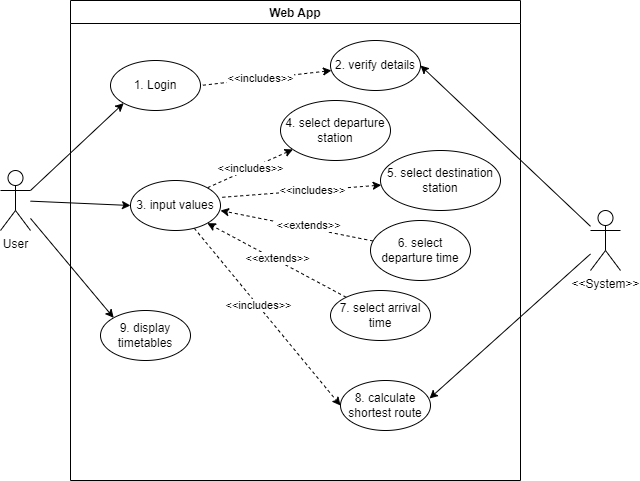
Before: Stage 2/useCase.png, a diagram exported from draw.io (terrenceshang/CS-Capestone-Project). Source tidied: cells renumbered, new cells last; positions are measured from the earlier drawing's top-left corner, leaving out a move shared by most shapes. Source of this version:
```xml
<mxGraphModel>
  <root>
    <mxCell id="0" />
    <mxCell id="1" parent="0" />
    <mxCell id="2" value="Web App" style="swimlane;fillColor=#FFFFFF;startSize=23;" parent="1" vertex="1">
      <mxGeometry x="70" width="450" height="480" as="geometry" />
    </mxCell>
    <mxCell id="3" value="1. Login" style="ellipse;whiteSpace=wrap;html=1;fillColor=#FFFFFF;" parent="2" vertex="1">
      <mxGeometry x="40" y="60" width="90" height="50" as="geometry" />
    </mxCell>
    <mxCell id="4" style="rounded=0;jettySize=auto;html=1;entryX=0;entryY=0.5;entryDx=0;entryDy=0;dashed=1;" parent="2" edge="1" source="6" target="23">
      <mxGeometry relative="1" as="geometry" />
    </mxCell>
    <mxCell id="5" value="&amp;lt;&amp;lt;includes&amp;gt;&amp;gt;" style="edgeLabel;html=1;align=center;verticalAlign=middle;" parent="4" vertex="1">
      <mxGeometry x="-0.13" relative="1" as="geometry" />
    </mxCell>
    <mxCell id="6" value="3. input values" style="ellipse;whiteSpace=wrap;html=1;fillColor=#FFFFFF;" parent="2" vertex="1">
      <mxGeometry x="60" y="180" width="90" height="50" as="geometry" />
    </mxCell>
    <mxCell id="7" style="rounded=0;jettySize=auto;html=1;entryX=1;entryY=0;entryDx=0;entryDy=0;dashed=1;startArrow=classic;startFill=1;endArrow=none;endFill=0;" parent="2" edge="1" source="9" target="6">
      <mxGeometry relative="1" as="geometry" />
    </mxCell>
    <mxCell id="8" value="&amp;lt;&amp;lt;includes&amp;gt;&amp;gt;" style="edgeLabel;html=1;align=center;verticalAlign=middle;" parent="7" vertex="1">
      <mxGeometry x="-0.16" y="-1" relative="1" as="geometry">
        <mxPoint x="-7" y="3" as="offset" />
      </mxGeometry>
    </mxCell>
    <mxCell id="9" value="4. select departure station" style="ellipse;whiteSpace=wrap;html=1;fillColor=#FFFFFF;" parent="2" vertex="1">
      <mxGeometry x="210" y="100" width="110" height="60" as="geometry" />
    </mxCell>
    <mxCell id="10" style="edgeStyle=none;rounded=0;jettySize=auto;html=1;entryX=0.989;entryY=0.34;entryDx=0;entryDy=0;dashed=1;startArrow=classic;startFill=1;endArrow=none;endFill=0;entryPerimeter=0;" parent="2" edge="1" source="12" target="6">
      <mxGeometry relative="1" as="geometry" />
    </mxCell>
    <mxCell id="11" value="&amp;lt;&amp;lt;includes&amp;gt;&amp;gt;" style="edgeLabel;html=1;align=center;verticalAlign=middle;" parent="10" vertex="1">
      <mxGeometry x="-0.15" relative="1" as="geometry" />
    </mxCell>
    <mxCell id="12" value="5. select destination station" style="ellipse;whiteSpace=wrap;html=1;fillColor=#FFFFFF;" parent="2" vertex="1">
      <mxGeometry x="310" y="150" width="120" height="60" as="geometry" />
    </mxCell>
    <mxCell id="13" style="edgeStyle=none;rounded=0;jettySize=auto;html=1;entryX=1;entryY=1;entryDx=0;entryDy=0;dashed=1;endArrow=classic;endFill=1;startArrow=none;startFill=0;" parent="2" edge="1" source="15" target="6">
      <mxGeometry relative="1" as="geometry" />
    </mxCell>
    <mxCell id="14" value="&amp;lt;&amp;lt;extends&amp;gt;&amp;gt;" style="edgeLabel;html=1;align=center;verticalAlign=middle;" parent="13" vertex="1">
      <mxGeometry x="0.16" y="2" relative="1" as="geometry">
        <mxPoint x="12" y="2" as="offset" />
      </mxGeometry>
    </mxCell>
    <mxCell id="15" value="7. select arrival time" style="ellipse;whiteSpace=wrap;html=1;fillColor=#FFFFFF;" parent="2" vertex="1">
      <mxGeometry x="260" y="290" width="100" height="50" as="geometry" />
    </mxCell>
    <mxCell id="16" value="9. display timetables" style="ellipse;whiteSpace=wrap;html=1;fillColor=#FFFFFF;" parent="2" vertex="1">
      <mxGeometry x="30" y="310" width="90" height="50" as="geometry" />
    </mxCell>
    <mxCell id="17" style="edgeStyle=none;rounded=0;jettySize=auto;html=1;entryX=1;entryY=0.5;entryDx=0;entryDy=0;startArrow=classic;startFill=1;endArrow=none;endFill=0;dashed=1;" parent="2" edge="1" source="19" target="3">
      <mxGeometry relative="1" as="geometry" />
    </mxCell>
    <mxCell id="18" value="&amp;lt;&amp;lt;includes&amp;gt;&amp;gt;" style="edgeLabel;html=1;align=center;verticalAlign=middle;" parent="17" vertex="1">
      <mxGeometry x="0.2" y="2" relative="1" as="geometry">
        <mxPoint x="7" y="-3" as="offset" />
      </mxGeometry>
    </mxCell>
    <mxCell id="19" value="2. verify details" style="ellipse;whiteSpace=wrap;html=1;fillColor=#FFFFFF;" parent="2" vertex="1">
      <mxGeometry x="260" y="40" width="90" height="50" as="geometry" />
    </mxCell>
    <mxCell id="20" style="rounded=0;jettySize=auto;html=1;startArrow=none;startFill=0;endArrow=classic;endFill=1;dashed=1;" parent="2" edge="1" source="22">
      <mxGeometry relative="1" as="geometry">
        <mxPoint x="150" y="210" as="targetPoint" />
      </mxGeometry>
    </mxCell>
    <mxCell id="21" value="&amp;lt;&amp;lt;extends&amp;gt;&amp;gt;" style="edgeLabel;html=1;align=center;verticalAlign=middle;" parent="20" vertex="1">
      <mxGeometry x="-0.14" y="1" relative="1" as="geometry">
        <mxPoint x="1" y="-4" as="offset" />
      </mxGeometry>
    </mxCell>
    <mxCell id="22" value="6. select departure time" style="ellipse;whiteSpace=wrap;html=1;fillColor=#FFFFFF;" parent="2" vertex="1">
      <mxGeometry x="300" y="220" width="100" height="60" as="geometry" />
    </mxCell>
    <mxCell id="23" value="8. calculate shortest route" style="ellipse;whiteSpace=wrap;html=1;fillColor=#FFFFFF;" parent="2" vertex="1">
      <mxGeometry x="270" y="380" width="90" height="50" as="geometry" />
    </mxCell>
    <mxCell id="24" style="rounded=0;jettySize=auto;html=1;entryX=0;entryY=1;entryDx=0;entryDy=0;exitX=1;exitY=0.3333333333333333;exitDx=0;exitDy=0;exitPerimeter=0;" parent="1" edge="1" source="27" target="3">
      <mxGeometry relative="1" as="geometry" />
    </mxCell>
    <mxCell id="25" style="rounded=0;jettySize=auto;html=1;entryX=0;entryY=0.5;entryDx=0;entryDy=0;" parent="1" edge="1" source="27" target="6">
      <mxGeometry relative="1" as="geometry" />
    </mxCell>
    <mxCell id="26" style="edgeStyle=none;rounded=0;jettySize=auto;html=1;entryX=0;entryY=0;entryDx=0;entryDy=0;" parent="1" edge="1" source="27" target="16">
      <mxGeometry relative="1" as="geometry" />
    </mxCell>
    <mxCell id="27" value="User" style="shape=umlActor;verticalLabelPosition=bottom;verticalAlign=top;html=1;outlineConnect=0;fillColor=#FFFFFF;" parent="1" vertex="1">
      <mxGeometry y="170" width="30" height="60" as="geometry" />
    </mxCell>
    <mxCell id="28" style="edgeStyle=none;rounded=0;jettySize=auto;html=1;entryX=0.989;entryY=0.36;entryDx=0;entryDy=0;entryPerimeter=0;startArrow=none;startFill=0;endArrow=classic;endFill=1;" parent="1" edge="1" source="30" target="23">
      <mxGeometry relative="1" as="geometry" />
    </mxCell>
    <mxCell id="29" style="edgeStyle=none;rounded=0;jettySize=auto;html=1;entryX=1;entryY=0.5;entryDx=0;entryDy=0;startArrow=none;startFill=0;endArrow=classic;endFill=1;" parent="1" edge="1" source="30" target="19">
      <mxGeometry relative="1" as="geometry" />
    </mxCell>
    <mxCell id="30" value="&amp;lt;&amp;lt;System&amp;gt;&amp;gt;" style="shape=umlActor;verticalLabelPosition=bottom;verticalAlign=top;html=1;outlineConnect=0;fillColor=#FFFFFF;" parent="1" vertex="1">
      <mxGeometry x="590" y="210" width="30" height="60" as="geometry" />
    </mxCell>
  </root>
</mxGraphModel>
```
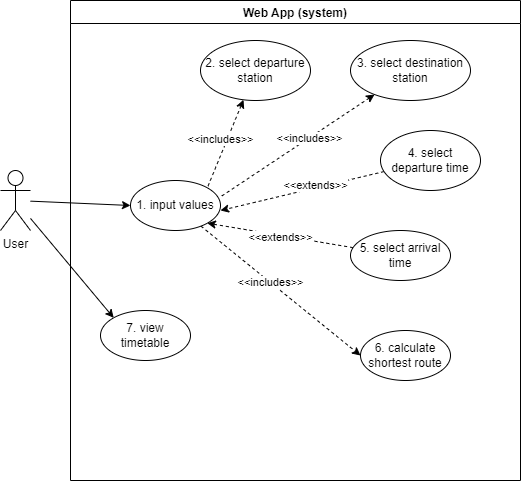
Later version of the same file.

Commit message:
use cases and class diagram

Diff of the diagram source:
```diff
@@ -2,19 +2,16 @@
   <root>
     <mxCell id="0" />
     <mxCell id="1" parent="0" />
-    <mxCell id="2" value="Web App" style="swimlane;fillColor=#FFFFFF;startSize=23;" parent="1" vertex="1">
+    <mxCell id="2" value="Web App (system)" style="swimlane;fillColor=#FFFFFF;startSize=23;" parent="1" vertex="1">
       <mxGeometry x="70" width="450" height="480" as="geometry" />
     </mxCell>
-    <mxCell id="3" value="1. Login" style="ellipse;whiteSpace=wrap;html=1;fillColor=#FFFFFF;" parent="2" vertex="1">
-      <mxGeometry x="40" y="60" width="90" height="50" as="geometry" />
-    </mxCell>
     <mxCell id="4" style="rounded=0;jettySize=auto;html=1;entryX=0;entryY=0.5;entryDx=0;entryDy=0;dashed=1;" parent="2" edge="1" source="6" target="23">
       <mxGeometry relative="1" as="geometry" />
     </mxCell>
     <mxCell id="5" value="&amp;lt;&amp;lt;includes&amp;gt;&amp;gt;" style="edgeLabel;html=1;align=center;verticalAlign=middle;" parent="4" vertex="1">
       <mxGeometry x="-0.13" relative="1" as="geometry" />
     </mxCell>
-    <mxCell id="6" value="3. input values" style="ellipse;whiteSpace=wrap;html=1;fillColor=#FFFFFF;" parent="2" vertex="1">
+    <mxCell id="6" value="1. input values" style="ellipse;whiteSpace=wrap;html=1;fillColor=#FFFFFF;" parent="2" vertex="1">
       <mxGeometry x="60" y="180" width="90" height="50" as="geometry" />
     </mxCell>
     <mxCell id="7" style="rounded=0;jettySize=auto;html=1;entryX=1;entryY=0;entryDx=0;entryDy=0;dashed=1;startArrow=classic;startFill=1;endArrow=none;endFill=0;" parent="2" edge="1" source="9" target="6">
@@ -25,8 +22,8 @@
         <mxPoint x="-7" y="3" as="offset" />
       </mxGeometry>
     </mxCell>
-    <mxCell id="9" value="4. select departure station" style="ellipse;whiteSpace=wrap;html=1;fillColor=#FFFFFF;" parent="2" vertex="1">
-      <mxGeometry x="210" y="100" width="110" height="60" as="geometry" />
+    <mxCell id="9" value="2. select departure station" style="ellipse;whiteSpace=wrap;html=1;fillColor=#FFFFFF;" parent="2" vertex="1">
+      <mxGeometry x="130" y="40" width="110" height="60" as="geometry" />
     </mxCell>
     <mxCell id="10" style="edgeStyle=none;rounded=0;jettySize=auto;html=1;entryX=0.989;entryY=0.34;entryDx=0;entryDy=0;dashed=1;startArrow=classic;startFill=1;endArrow=none;endFill=0;entryPerimeter=0;" parent="2" edge="1" source="12" target="6">
       <mxGeometry relative="1" as="geometry" />
@@ -34,8 +31,8 @@
     <mxCell id="11" value="&amp;lt;&amp;lt;includes&amp;gt;&amp;gt;" style="edgeLabel;html=1;align=center;verticalAlign=middle;" parent="10" vertex="1">
       <mxGeometry x="-0.15" relative="1" as="geometry" />
     </mxCell>
-    <mxCell id="12" value="5. select destination station" style="ellipse;whiteSpace=wrap;html=1;fillColor=#FFFFFF;" parent="2" vertex="1">
-      <mxGeometry x="310" y="150" width="120" height="60" as="geometry" />
+    <mxCell id="12" value="3. select destination station" style="ellipse;whiteSpace=wrap;html=1;fillColor=#FFFFFF;" parent="2" vertex="1">
+      <mxGeometry x="280" y="40" width="120" height="60" as="geometry" />
     </mxCell>
     <mxCell id="13" style="edgeStyle=none;rounded=0;jettySize=auto;html=1;entryX=1;entryY=1;entryDx=0;entryDy=0;dashed=1;endArrow=classic;endFill=1;startArrow=none;startFill=0;" parent="2" edge="1" source="15" target="6">
       <mxGeometry relative="1" as="geometry" />
@@ -45,23 +42,12 @@
         <mxPoint x="12" y="2" as="offset" />
       </mxGeometry>
     </mxCell>
-    <mxCell id="15" value="7. select arrival time" style="ellipse;whiteSpace=wrap;html=1;fillColor=#FFFFFF;" parent="2" vertex="1">
-      <mxGeometry x="260" y="290" width="100" height="50" as="geometry" />
+    <mxCell id="15" value="5. select arrival time" style="ellipse;whiteSpace=wrap;html=1;fillColor=#FFFFFF;" parent="2" vertex="1">
+      <mxGeometry x="280" y="230" width="100" height="50" as="geometry" />
     </mxCell>
-    <mxCell id="16" value="9. display timetables" style="ellipse;whiteSpace=wrap;html=1;fillColor=#FFFFFF;" parent="2" vertex="1">
+    <mxCell id="16" value="7. view timetable" style="ellipse;whiteSpace=wrap;html=1;fillColor=#FFFFFF;" parent="2" vertex="1">
       <mxGeometry x="30" y="310" width="90" height="50" as="geometry" />
     </mxCell>
-    <mxCell id="17" style="edgeStyle=none;rounded=0;jettySize=auto;html=1;entryX=1;entryY=0.5;entryDx=0;entryDy=0;startArrow=classic;startFill=1;endArrow=none;endFill=0;dashed=1;" parent="2" edge="1" source="19" target="3">
-      <mxGeometry relative="1" as="geometry" />
-    </mxCell>
-    <mxCell id="18" value="&amp;lt;&amp;lt;includes&amp;gt;&amp;gt;" style="edgeLabel;html=1;align=center;verticalAlign=middle;" parent="17" vertex="1">
-      <mxGeometry x="0.2" y="2" relative="1" as="geometry">
-        <mxPoint x="7" y="-3" as="offset" />
-      </mxGeometry>
-    </mxCell>
-    <mxCell id="19" value="2. verify details" style="ellipse;whiteSpace=wrap;html=1;fillColor=#FFFFFF;" parent="2" vertex="1">
-      <mxGeometry x="260" y="40" width="90" height="50" as="geometry" />
-    </mxCell>
     <mxCell id="20" style="rounded=0;jettySize=auto;html=1;startArrow=none;startFill=0;endArrow=classic;endFill=1;dashed=1;" parent="2" edge="1" source="22">
       <mxGeometry relative="1" as="geometry">
         <mxPoint x="150" y="210" as="targetPoint" />
@@ -72,15 +58,12 @@
         <mxPoint x="1" y="-4" as="offset" />
       </mxGeometry>
     </mxCell>
-    <mxCell id="22" value="6. select departure time" style="ellipse;whiteSpace=wrap;html=1;fillColor=#FFFFFF;" parent="2" vertex="1">
-      <mxGeometry x="300" y="220" width="100" height="60" as="geometry" />
+    <mxCell id="22" value="4. select departure time" style="ellipse;whiteSpace=wrap;html=1;fillColor=#FFFFFF;" parent="2" vertex="1">
+      <mxGeometry x="310" y="130" width="100" height="60" as="geometry" />
     </mxCell>
-    <mxCell id="23" value="8. calculate shortest route" style="ellipse;whiteSpace=wrap;html=1;fillColor=#FFFFFF;" parent="2" vertex="1">
-      <mxGeometry x="270" y="380" width="90" height="50" as="geometry" />
+    <mxCell id="23" value="6. calculate shortest route" style="ellipse;whiteSpace=wrap;html=1;fillColor=#FFFFFF;" parent="2" vertex="1">
+      <mxGeometry x="290" y="330" width="90" height="50" as="geometry" />
     </mxCell>
-    <mxCell id="24" style="rounded=0;jettySize=auto;html=1;entryX=0;entryY=1;entryDx=0;entryDy=0;exitX=1;exitY=0.3333333333333333;exitDx=0;exitDy=0;exitPerimeter=0;" parent="1" edge="1" source="27" target="3">
-      <mxGeometry relative="1" as="geometry" />
-    </mxCell>
     <mxCell id="25" style="rounded=0;jettySize=auto;html=1;entryX=0;entryY=0.5;entryDx=0;entryDy=0;" parent="1" edge="1" source="27" target="6">
       <mxGeometry relative="1" as="geometry" />
     </mxCell>
@@ -90,14 +73,5 @@
     <mxCell id="27" value="User" style="shape=umlActor;verticalLabelPosition=bottom;verticalAlign=top;html=1;outlineConnect=0;fillColor=#FFFFFF;" parent="1" vertex="1">
       <mxGeometry y="170" width="30" height="60" as="geometry" />
     </mxCell>
-    <mxCell id="28" style="edgeStyle=none;rounded=0;jettySize=auto;html=1;entryX=0.989;entryY=0.36;entryDx=0;entryDy=0;entryPerimeter=0;startArrow=none;startFill=0;endArrow=classic;endFill=1;" parent="1" edge="1" source="30" target="23">
-      <mxGeometry relative="1" as="geometry" />
-    </mxCell>
-    <mxCell id="29" style="edgeStyle=none;rounded=0;jettySize=auto;html=1;entryX=1;entryY=0.5;entryDx=0;entryDy=0;startArrow=none;startFill=0;endArrow=classic;endFill=1;" parent="1" edge="1" source="30" target="19">
-      <mxGeometry relative="1" as="geometry" />
-    </mxCell>
-    <mxCell id="30" value="&amp;lt;&amp;lt;System&amp;gt;&amp;gt;" style="shape=umlActor;verticalLabelPosition=bottom;verticalAlign=top;html=1;outlineConnect=0;fillColor=#FFFFFF;" parent="1" vertex="1">
-      <mxGeometry x="590" y="210" width="30" height="60" as="geometry" />
-    </mxCell>
   </root>
 </mxGraphModel>
```
